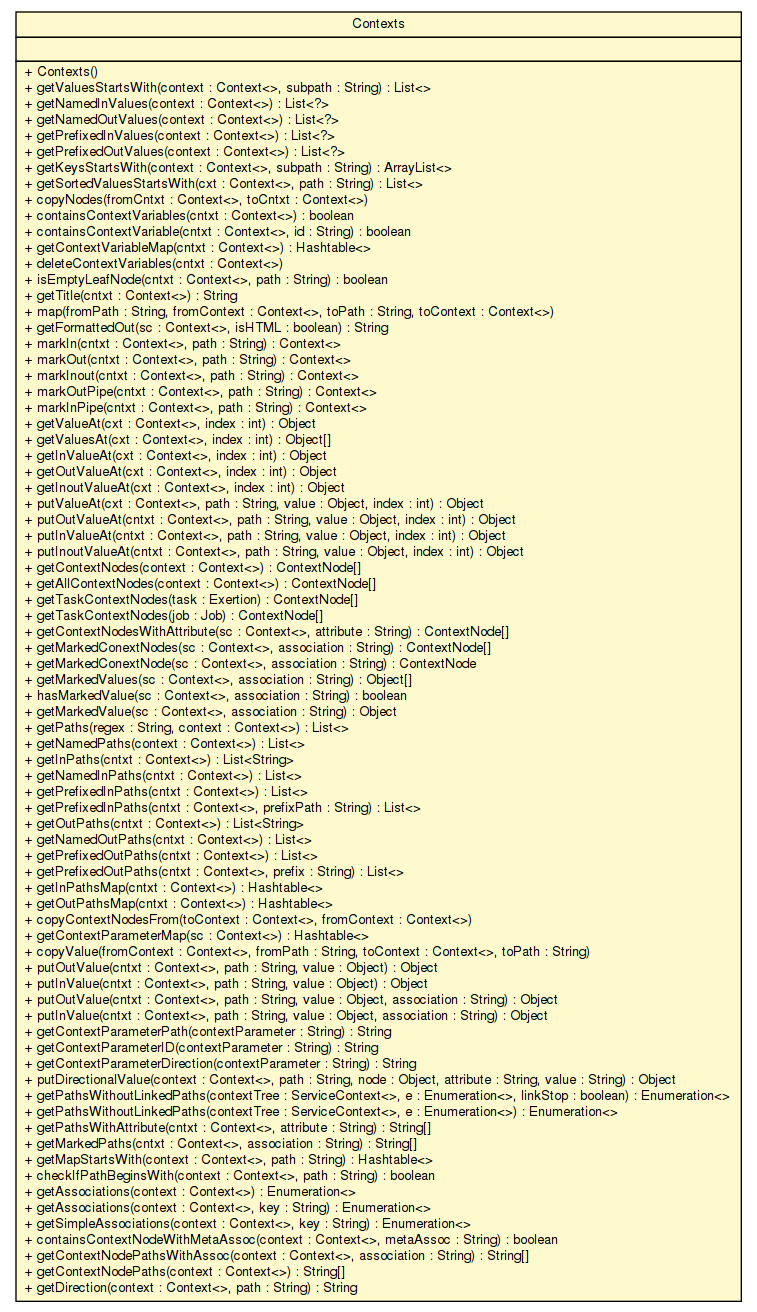
Above: apidocs/sorcer/core/context/Contexts.png in sorcersoft/sorcersoft.github.io (Graphviz), before the change. Its source is kept beside it as apidocs/sorcer/core/context/Contexts.dot.
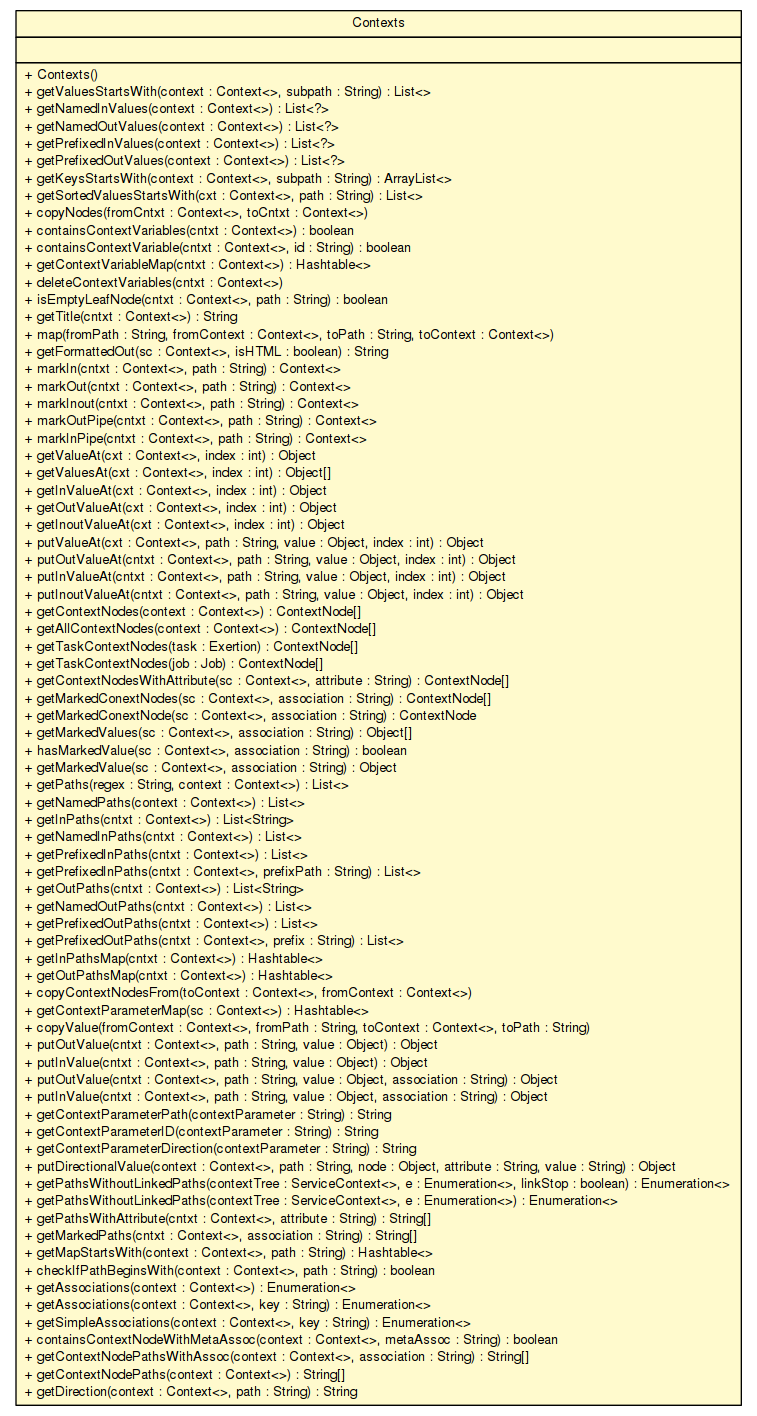
Above is the later version.

Change to the diagram source:
```diff
@@ -4,7 +4,7 @@
 	node [fontname="Helvetica",fontsize=10,shape=plaintext];
 	nodesep=0.25;
 	ranksep=0.5;
-	c155144 [label=<<table title="sorcer.core.context.Contexts" border="0" cellborder="1" cellspacing="0" cellpadding="2" port="p" bgcolor="lemonChiffon" href="./Contexts.html">
+	c180178 [label=<<table title="sorcer.core.context.Contexts" border="0" cellborder="1" cellspacing="0" cellpadding="2" port="p" bgcolor="lemonChiffon" href="./Contexts.html">
 		<tr><td><table border="0" cellspacing="0" cellpadding="1">
 <tr><td align="center" balign="center"> Contexts </td></tr>
 		</table></td></tr>
```
